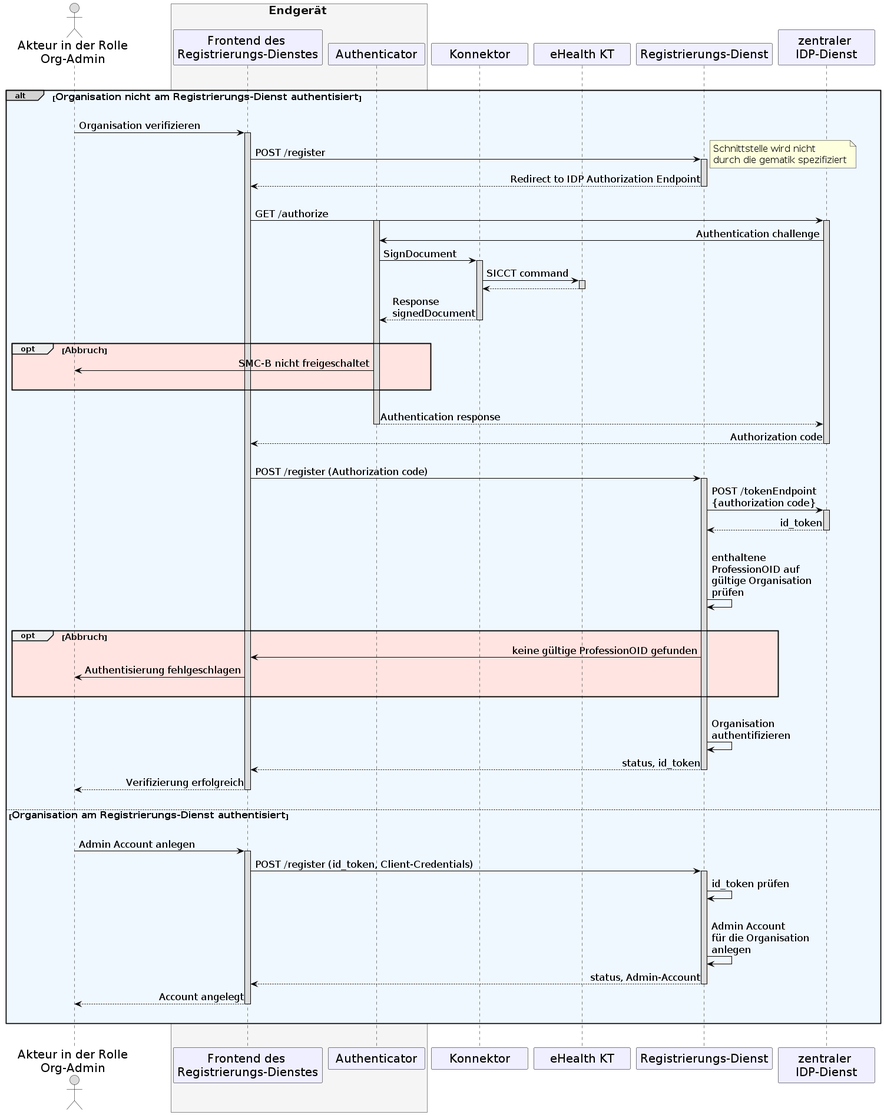
The PlantUML diagram images/diagrams/TI-Messenger-Dienst/Ressourcen/UC_10103_Seq.png in gematik/api-ti-messenger, before a commit.
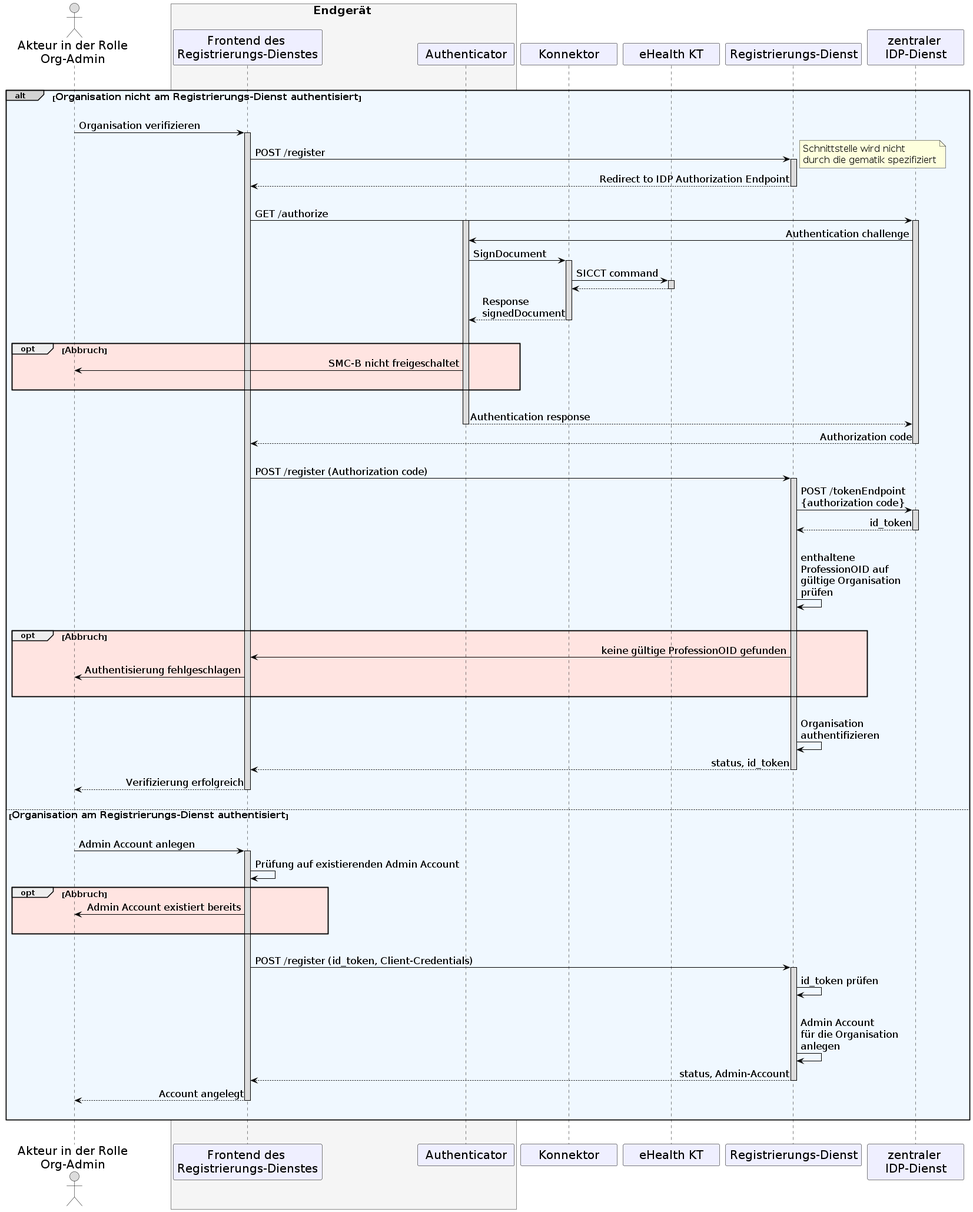
After the commit.

Commit message:
Commit from GitHub Actions (GeneratePlantumlImages)

Diff of the diagram source:
```diff
@@ -99,6 +99,12 @@
         |||
         oa -> wb: Admin Account anlegen
           activate wb
+        wb -> wb: Prüfung auf existierenden Admin Account
+         opt #MistyRose <size:15>Abbruch</size>
+         wb -> oa: Admin Account existiert bereits
+         |||
+        end
+         |||
         wb -> rd: POST /register (id_token, Client-Credentials)
           activate rd
         rd -> rd: id_token prüfen
```
